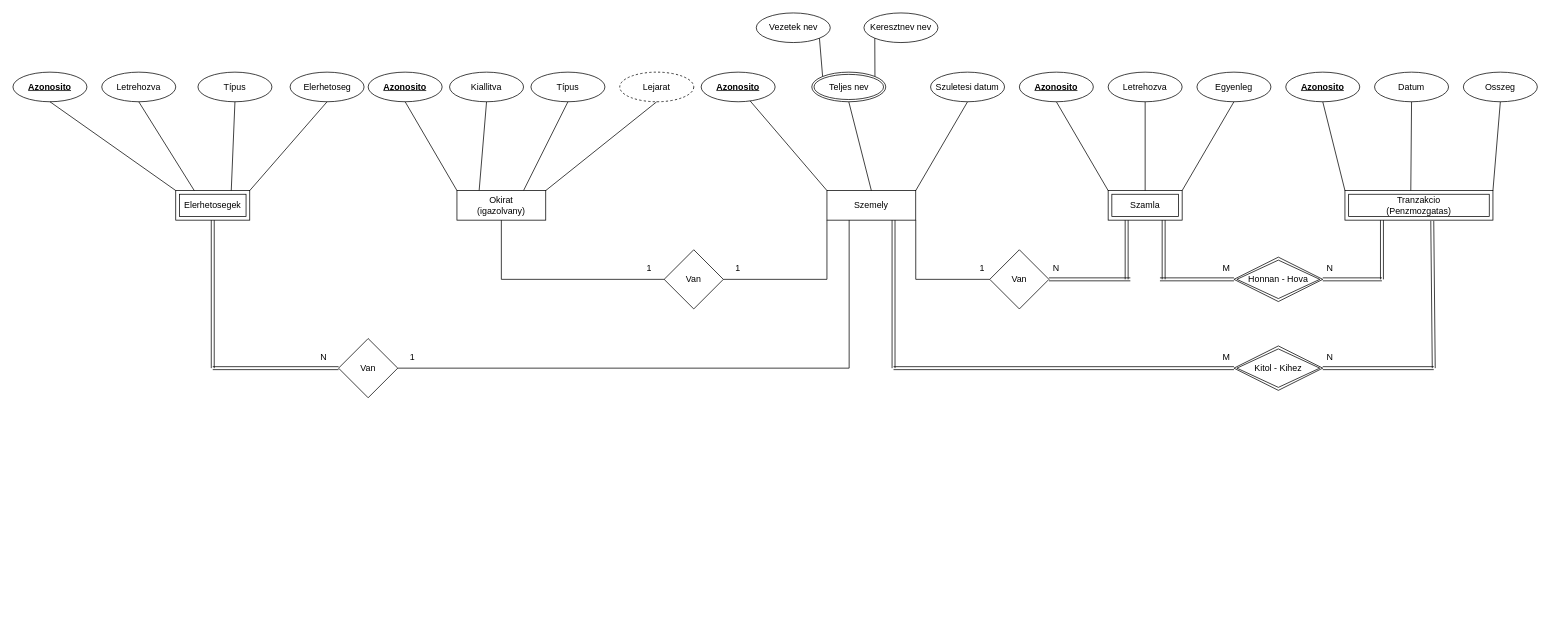
Earlier version of the draw.io diagram XMLTaskD51MXC/ERD51MXC.drawio (zeero64/D51MXC_XMLGyak). Source tidied: cells renumbered, new cells numbered last; positions are measured from the earlier drawing's top-left corner, leaving out a move shared by most shapes. Both pictures are drawn from the tidied source at 74%, with x=0, y=0 at pixel (13, 13).
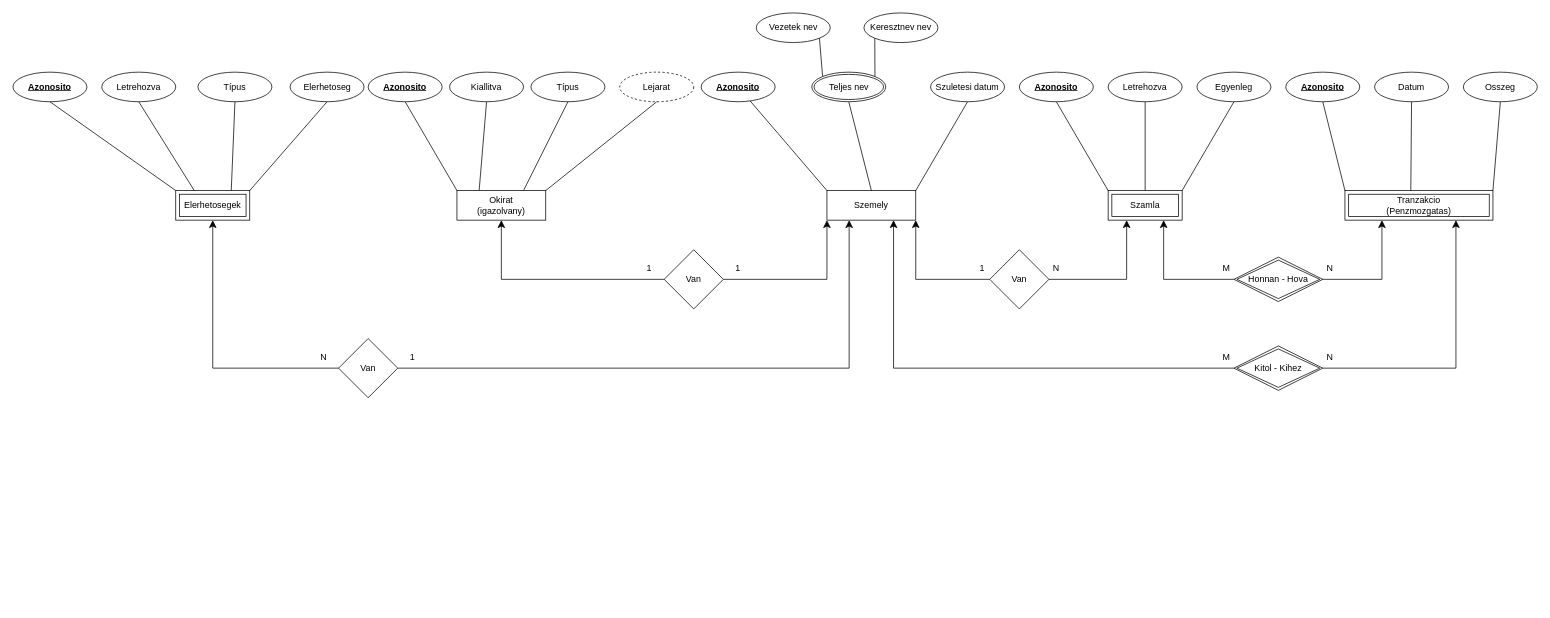
The same diagram, later.

Unchanged cells that the change refers to:
```xml
<mxCell id="2" value="Szemely" style="rounded=0;whiteSpace=wrap;html=1;" parent="1" vertex="1">
  <mxGeometry x="1100" y="240" width="120" height="40" as="geometry" />
</mxCell>
<mxCell id="3" value="Van" style="rhombus;whiteSpace=wrap;html=1;" parent="1" vertex="1">
  <mxGeometry x="880" y="320" width="80" height="80" as="geometry" />
</mxCell>
<mxCell id="12" value="Szamla" style="shape=ext;margin=3;double=1;whiteSpace=wrap;html=1;align=center;" parent="1" vertex="1">
  <mxGeometry x="1480" y="240" width="100" height="40" as="geometry" />
</mxCell>
<mxCell id="20" value="Van" style="rhombus;whiteSpace=wrap;html=1;" parent="1" vertex="1">
  <mxGeometry x="1320" y="320" width="80" height="80" as="geometry" />
</mxCell>
<mxCell id="31" value="Van" style="rhombus;whiteSpace=wrap;html=1;" parent="1" vertex="1">
  <mxGeometry x="440" y="440" width="80" height="80" as="geometry" />
</mxCell>
<mxCell id="32" value="Elerhetosegek" style="shape=ext;margin=3;double=1;whiteSpace=wrap;html=1;align=center;" parent="1" vertex="1">
  <mxGeometry x="220" y="240" width="100" height="40" as="geometry" />
</mxCell>
<mxCell id="44" value="&lt;div&gt;Okirat&lt;/div&gt;&lt;div&gt;(igazolvany)&lt;br&gt;&lt;/div&gt;" style="rounded=0;whiteSpace=wrap;html=1;" parent="1" vertex="1">
  <mxGeometry x="600" y="240" width="120" height="40" as="geometry" />
</mxCell>
<mxCell id="45" value="&lt;div&gt;Tranzakcio&lt;/div&gt;&lt;div&gt;(Penzmozgatas)&lt;br&gt;&lt;/div&gt;" style="shape=ext;margin=3;double=1;whiteSpace=wrap;html=1;align=center;" parent="1" vertex="1">
  <mxGeometry x="1800" y="240" width="200" height="40" as="geometry" />
</mxCell>
<mxCell id="54" value="Kitol - Kihez" style="shape=rhombus;double=1;perimeter=rhombusPerimeter;whiteSpace=wrap;html=1;align=center;" parent="1" vertex="1">
  <mxGeometry x="1650" y="450" width="120" height="60" as="geometry" />
</mxCell>
<mxCell id="55" value="Honnan - Hova" style="shape=rhombus;double=1;perimeter=rhombusPerimeter;whiteSpace=wrap;html=1;align=center;" parent="1" vertex="1">
  <mxGeometry x="1650" y="330" width="120" height="60" as="geometry" />
</mxCell>
```

What changed in the source:
```diff
@@
-    <mxCell id="13" style="shape=link;html=1;rounded=0;entryX=1;entryY=0.5;entryDx=0;entryDy=0;" parent="1" edge="1" target="20">
-      <mxGeometry relative="1" as="geometry">
-        <mxPoint x="1510" y="360" as="sourcePoint" />
-      </mxGeometry>
-    </mxCell>
-    <mxCell id="14" style="endArrow=none;html=1;rounded=0;entryX=1;entryY=0.5;entryDx=0;entryDy=0;" parent="1" edge="1" target="3">
-      <mxGeometry relative="1" as="geometry">
-        <mxPoint x="1100" y="360" as="sourcePoint" />
-      </mxGeometry>
-    </mxCell>
-    <mxCell id="15" style="html=1;whiteSpace=wrap;align=right;verticalAlign=bottom;" parent="14" vertex="1">
-      <mxGeometry x="1" relative="1" as="geometry" />
-    </mxCell>
-    <mxCell id="16" style="html=1;whiteSpace=wrap;align=right;verticalAlign=bottom;" parent="14" vertex="1">
-      <mxGeometry x="1" relative="1" as="geometry">
-        <mxPoint x="-289" y="440" as="offset" />
-      </mxGeometry>
-    </mxCell>
@@
-    <mxCell id="21" style="endArrow=none;html=1;rounded=0;entryX=0;entryY=0.5;entryDx=0;entryDy=0;" parent="1" edge="1" target="20">
-      <mxGeometry relative="1" as="geometry">
-        <mxPoint x="1220" y="360" as="sourcePoint" />
-      </mxGeometry>
-    </mxCell>
-    <mxCell id="22" style="html=1;whiteSpace=wrap;align=right;verticalAlign=bottom;" parent="21" vertex="1">
-      <mxGeometry x="1" relative="1" as="geometry" />
-    </mxCell>
@@
-    <mxCell id="41" style="shape=link;html=1;rounded=0;" parent="1" edge="1">
-      <mxGeometry relative="1" as="geometry">
-        <mxPoint x="440" y="480" as="sourcePoint" />
-        <mxPoint x="270" y="480" as="targetPoint" />
-      </mxGeometry>
-    </mxCell>
-    <mxCell id="42" style="endArrow=none;html=1;rounded=0;entryX=1;entryY=0.5;entryDx=0;entryDy=0;" parent="1" edge="1" target="31">
-      <mxGeometry relative="1" as="geometry">
-        <mxPoint x="1130" y="480" as="sourcePoint" />
-      </mxGeometry>
-    </mxCell>
-    <mxCell id="43" style="endArrow=none;html=1;rounded=0;entryX=0;entryY=0.5;entryDx=0;entryDy=0;" parent="1" edge="1" target="3">
-      <mxGeometry relative="1" as="geometry">
-        <mxPoint x="660" y="360" as="sourcePoint" />
-      </mxGeometry>
-    </mxCell>
@@
-    <mxCell id="46" style="shape=link;html=1;rounded=0;entryX=0;entryY=0.5;entryDx=0;entryDy=0;" parent="1" edge="1" target="54">
-      <mxGeometry relative="1" as="geometry">
-        <mxPoint x="1190" y="480" as="sourcePoint" />
-      </mxGeometry>
-    </mxCell>
-    <mxCell id="47" style="shape=link;html=1;rounded=0;exitX=1;exitY=0.5;exitDx=0;exitDy=0;" parent="1" edge="1" source="54">
-      <mxGeometry relative="1" as="geometry">
-        <mxPoint x="1920" y="480" as="targetPoint" />
-      </mxGeometry>
-    </mxCell>
-    <mxCell id="48" style="shape=link;html=1;rounded=0;entryX=0;entryY=0.5;entryDx=0;entryDy=0;" parent="1" edge="1" target="55">
-      <mxGeometry relative="1" as="geometry">
-        <mxPoint x="1550" y="360" as="sourcePoint" />
-      </mxGeometry>
-    </mxCell>
-    <mxCell id="49" style="shape=link;html=1;rounded=0;exitX=1;exitY=0.5;exitDx=0;exitDy=0;" parent="1" edge="1" source="55">
-      <mxGeometry relative="1" as="geometry">
-        <mxPoint x="1850" y="360" as="targetPoint" />
-      </mxGeometry>
-    </mxCell>
@@
-    <mxCell id="64" style="shape=link;html=1;rounded=0;entryX=0.5;entryY=1;entryDx=0;entryDy=0;" parent="1" edge="1" target="32">
-      <mxGeometry relative="1" as="geometry">
-        <mxPoint x="270" y="480" as="sourcePoint" />
-      </mxGeometry>
-    </mxCell>
-    <mxCell id="65" style="endArrow=none;html=1;rounded=0;entryX=0.5;entryY=1;entryDx=0;entryDy=0;" parent="1" edge="1" target="44">
-      <mxGeometry relative="1" as="geometry">
-        <mxPoint x="660" y="360" as="sourcePoint" />
-      </mxGeometry>
-    </mxCell>
-    <mxCell id="66" style="endArrow=none;html=1;rounded=0;entryX=0;entryY=1;entryDx=0;entryDy=0;" parent="1" edge="1" target="2">
-      <mxGeometry relative="1" as="geometry">
-        <mxPoint x="1100" y="360" as="sourcePoint" />
-      </mxGeometry>
-    </mxCell>
-    <mxCell id="67" style="html=1;whiteSpace=wrap;align=right;verticalAlign=bottom;" parent="66" vertex="1">
-      <mxGeometry x="1" relative="1" as="geometry" />
-    </mxCell>
-    <mxCell id="68" style="html=1;whiteSpace=wrap;align=right;verticalAlign=bottom;" parent="66" vertex="1">
-      <mxGeometry x="1" relative="1" as="geometry">
-        <mxPoint x="-289" y="440" as="offset" />
-      </mxGeometry>
-    </mxCell>
-    <mxCell id="69" style="endArrow=none;html=1;rounded=0;entryX=1;entryY=1;entryDx=0;entryDy=0;" parent="1" edge="1" target="2">
-      <mxGeometry relative="1" as="geometry">
-        <mxPoint x="1220" y="360" as="sourcePoint" />
-      </mxGeometry>
-    </mxCell>
-    <mxCell id="70" style="html=1;whiteSpace=wrap;align=right;verticalAlign=bottom;" parent="69" vertex="1">
-      <mxGeometry x="1" relative="1" as="geometry" />
-    </mxCell>
-    <mxCell id="71" style="html=1;whiteSpace=wrap;align=right;verticalAlign=bottom;" parent="69" vertex="1">
-      <mxGeometry x="1" relative="1" as="geometry">
-        <mxPoint x="-289" y="440" as="offset" />
-      </mxGeometry>
-    </mxCell>
-    <mxCell id="72" style="shape=link;html=1;rounded=0;entryX=0.75;entryY=1;entryDx=0;entryDy=0;" parent="1" edge="1" target="2">
-      <mxGeometry relative="1" as="geometry">
-        <mxPoint x="1190" y="480" as="sourcePoint" />
-      </mxGeometry>
-    </mxCell>
-    <mxCell id="73" style="endArrow=none;html=1;rounded=0;entryX=0.25;entryY=1;entryDx=0;entryDy=0;" parent="1" edge="1" target="2">
-      <mxGeometry relative="1" as="geometry">
-        <mxPoint x="1130" y="480" as="sourcePoint" />
-      </mxGeometry>
-    </mxCell>
-    <mxCell id="74" style="shape=link;html=1;rounded=0;entryX=0.75;entryY=1;entryDx=0;entryDy=0;" parent="1" edge="1" target="12">
-      <mxGeometry relative="1" as="geometry">
-        <mxPoint x="1555" y="360" as="sourcePoint" />
-      </mxGeometry>
-    </mxCell>
-    <mxCell id="75" style="shape=link;html=1;rounded=0;exitX=0.25;exitY=1;exitDx=0;exitDy=0;" parent="1" edge="1" source="12">
-      <mxGeometry relative="1" as="geometry">
-        <mxPoint x="1505" y="360" as="targetPoint" />
-      </mxGeometry>
-    </mxCell>
-    <mxCell id="76" style="shape=link;html=1;rounded=0;exitX=0.25;exitY=1;exitDx=0;exitDy=0;" parent="1" edge="1" source="45">
-      <mxGeometry relative="1" as="geometry">
-        <mxPoint x="1850" y="360" as="targetPoint" />
-      </mxGeometry>
-    </mxCell>
-    <mxCell id="77" style="shape=link;html=1;rounded=0;exitX=0.59;exitY=1.025;exitDx=0;exitDy=0;exitPerimeter=0;" parent="1" edge="1" source="45">
-      <mxGeometry relative="1" as="geometry">
-        <mxPoint x="1920" y="480" as="targetPoint" />
-      </mxGeometry>
-    </mxCell>
@@
+    <mxCell id="88" style="edgeStyle=segmentEdgeStyle;endArrow=classic;html=1;curved=0;rounded=0;endSize=8;startSize=8;entryX=0.25;entryY=1;entryDx=0;entryDy=0;exitX=1;exitY=0.5;exitDx=0;exitDy=0;" parent="1" edge="1" source="20" target="12">
+      <mxGeometry relative="1" as="geometry" />
+    </mxCell>
+    <mxCell id="89" style="edgeStyle=segmentEdgeStyle;endArrow=classic;html=1;curved=0;rounded=0;endSize=8;startSize=8;entryX=0.75;entryY=1;entryDx=0;entryDy=0;exitX=0;exitY=0.5;exitDx=0;exitDy=0;" parent="1" edge="1" source="55" target="12">
+      <mxGeometry relative="1" as="geometry" />
+    </mxCell>
+    <mxCell id="90" style="edgeStyle=segmentEdgeStyle;endArrow=classic;html=1;curved=0;rounded=0;endSize=8;startSize=8;entryX=0.25;entryY=1;entryDx=0;entryDy=0;exitX=1;exitY=0.5;exitDx=0;exitDy=0;" parent="1" edge="1" source="55" target="45">
+      <mxGeometry relative="1" as="geometry" />
+    </mxCell>
+    <mxCell id="91" style="edgeStyle=segmentEdgeStyle;endArrow=classic;html=1;curved=0;rounded=0;endSize=8;startSize=8;entryX=0.75;entryY=1;entryDx=0;entryDy=0;exitX=1;exitY=0.5;exitDx=0;exitDy=0;" parent="1" edge="1" source="54" target="45">
+      <mxGeometry relative="1" as="geometry" />
+    </mxCell>
+    <mxCell id="92" style="edgeStyle=segmentEdgeStyle;endArrow=classic;html=1;curved=0;rounded=0;endSize=8;startSize=8;entryX=1;entryY=1;entryDx=0;entryDy=0;exitX=0;exitY=0.5;exitDx=0;exitDy=0;" parent="1" edge="1" source="20" target="2">
+      <mxGeometry relative="1" as="geometry" />
+    </mxCell>
+    <mxCell id="93" style="edgeStyle=segmentEdgeStyle;endArrow=classic;html=1;curved=0;rounded=0;endSize=8;startSize=8;entryX=0.75;entryY=1;entryDx=0;entryDy=0;exitX=0;exitY=0.5;exitDx=0;exitDy=0;" parent="1" edge="1" source="54" target="2">
+      <mxGeometry relative="1" as="geometry" />
+    </mxCell>
+    <mxCell id="94" style="edgeStyle=segmentEdgeStyle;endArrow=classic;html=1;curved=0;rounded=0;endSize=8;startSize=8;entryX=0;entryY=1;entryDx=0;entryDy=0;exitX=1;exitY=0.5;exitDx=0;exitDy=0;" parent="1" edge="1" source="3" target="2">
+      <mxGeometry relative="1" as="geometry" />
+    </mxCell>
+    <mxCell id="95" style="edgeStyle=segmentEdgeStyle;endArrow=classic;html=1;curved=0;rounded=0;endSize=8;startSize=8;entryX=0.25;entryY=1;entryDx=0;entryDy=0;exitX=1;exitY=0.5;exitDx=0;exitDy=0;" parent="1" edge="1" source="31" target="2">
+      <mxGeometry relative="1" as="geometry" />
+    </mxCell>
+    <mxCell id="96" style="edgeStyle=segmentEdgeStyle;endArrow=classic;html=1;curved=0;rounded=0;endSize=8;startSize=8;exitX=0;exitY=0.5;exitDx=0;exitDy=0;entryX=0.5;entryY=1;entryDx=0;entryDy=0;" parent="1" edge="1" source="3" target="44">
+      <mxGeometry relative="1" as="geometry" />
+    </mxCell>
+    <mxCell id="97" style="edgeStyle=segmentEdgeStyle;endArrow=classic;html=1;curved=0;rounded=0;endSize=8;startSize=8;exitX=0;exitY=0.5;exitDx=0;exitDy=0;entryX=0.5;entryY=1;entryDx=0;entryDy=0;" parent="1" edge="1" source="31" target="32">
+      <mxGeometry relative="1" as="geometry" />
+    </mxCell>
```
